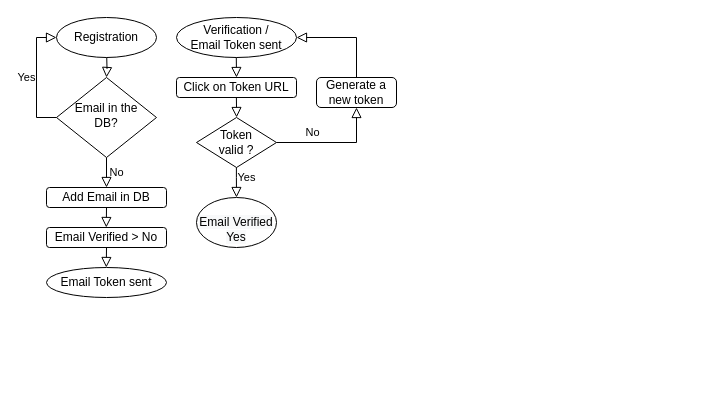
The draw.io diagram EmailUpdateAndVerification.drawio in cosmingherghe/diagrams, before the edit. Source tidied: cells renumbered, new cells numbered last; positions are measured from the earlier drawing's top-left corner, leaving out a move shared by most shapes. Both pictures are drawn from the tidied source at 100%, with x=0, y=0 at pixel (36, 17).
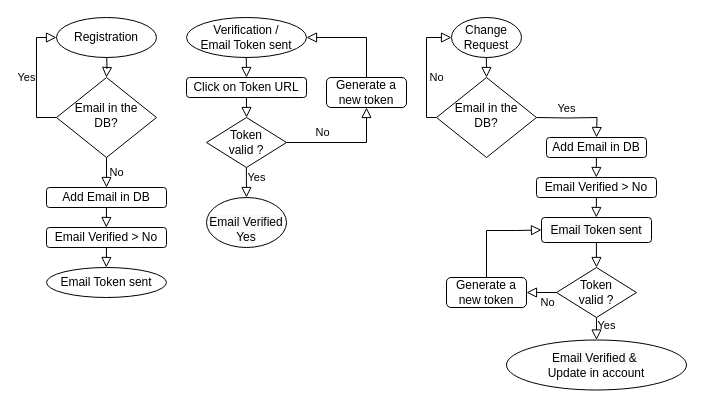
The same page after the edit.

The edit, as a diff of the source:
```diff
@@
     <mxCell id="12" value="Verification /&lt;br&gt;Email Token sent" style="ellipse;whiteSpace=wrap;html=1;" parent="1" vertex="1">
-      <mxGeometry x="140" width="120" height="40" as="geometry" />
+      <mxGeometry x="150" width="120" height="40" as="geometry" />
     </mxCell>
     <mxCell id="13" value="Click on Token URL" style="rounded=1;whiteSpace=wrap;html=1;" parent="1" vertex="1">
-      <mxGeometry x="140" y="60" width="120" height="20" as="geometry" />
+      <mxGeometry x="150" y="60" width="120" height="20" as="geometry" />
     </mxCell>
     <mxCell id="14" style="rounded=0;html=1;jettySize=auto;orthogonalLoop=1;fontSize=11;endArrow=block;endFill=0;endSize=8;strokeWidth=1;shadow=0;labelBackgroundColor=none;edgeStyle=orthogonalEdgeStyle;" parent="1" edge="1">
       <mxGeometry relative="1" as="geometry">
-        <mxPoint x="199.8" y="40" as="sourcePoint" />
-        <mxPoint x="200" y="60" as="targetPoint" />
+        <mxPoint x="209.8" y="40" as="sourcePoint" />
+        <mxPoint x="210" y="60" as="targetPoint" />
       </mxGeometry>
     </mxCell>
     <mxCell id="15" value="Token&lt;br&gt;valid ?" style="rhombus;whiteSpace=wrap;html=1;" parent="1" vertex="1">
-      <mxGeometry x="160" y="100" width="80" height="50" as="geometry" />
+      <mxGeometry x="170" y="100" width="80" height="50" as="geometry" />
     </mxCell>
     <mxCell id="16" style="rounded=0;html=1;jettySize=auto;orthogonalLoop=1;fontSize=11;endArrow=block;endFill=0;endSize=8;strokeWidth=1;shadow=0;labelBackgroundColor=none;edgeStyle=orthogonalEdgeStyle;" parent="1" edge="1">
       <mxGeometry relative="1" as="geometry">
-        <mxPoint x="199.9" y="80" as="sourcePoint" />
-        <mxPoint x="200.1" y="100" as="targetPoint" />
+        <mxPoint x="209.9" y="80" as="sourcePoint" />
+        <mxPoint x="210.1" y="100" as="targetPoint" />
       </mxGeometry>
     </mxCell>
     <mxCell id="17" value="No" style="rounded=0;html=1;jettySize=auto;fontSize=11;endArrow=block;endFill=0;endSize=8;strokeWidth=1;shadow=0;labelBackgroundColor=none;edgeStyle=orthogonalEdgeStyle;exitX=1;exitY=0.5;exitDx=0;exitDy=0;entryX=0.5;entryY=1;entryDx=0;entryDy=0;" parent="1" edge="1" source="15" target="18">
       <mxGeometry x="-0.38" y="10" relative="1" as="geometry">
         <Array as="points">
-          <mxPoint x="320" y="125" />
+          <mxPoint x="330" y="125" />
         </Array>
       </mxGeometry>
     </mxCell>
     <mxCell id="18" value="Generate a &lt;br&gt;new token" style="rounded=1;whiteSpace=wrap;html=1;" parent="1" vertex="1">
-      <mxGeometry x="280" y="60" width="80" height="30" as="geometry" />
+      <mxGeometry x="290" y="60" width="80" height="30" as="geometry" />
     </mxCell>
     <mxCell id="19" style="rounded=0;html=1;jettySize=auto;fontSize=11;endArrow=block;endFill=0;endSize=8;strokeWidth=1;shadow=0;labelBackgroundColor=none;edgeStyle=orthogonalEdgeStyle;exitX=0.5;exitY=0;exitDx=0;exitDy=0;entryX=1;entryY=0.5;entryDx=0;entryDy=0;" parent="1" edge="1" source="18" target="12">
       <mxGeometry relative="1" as="geometry">
         <Array as="points">
-          <mxPoint x="320" y="20" />
+          <mxPoint x="330" y="20" />
         </Array>
       </mxGeometry>
     </mxCell>
     <mxCell id="20" value="Yes" style="rounded=0;html=1;jettySize=auto;orthogonalLoop=1;fontSize=11;endArrow=block;endFill=0;endSize=8;strokeWidth=1;shadow=0;labelBackgroundColor=none;edgeStyle=orthogonalEdgeStyle;" parent="1" edge="1">
       <mxGeometry x="-0.33" y="10" relative="1" as="geometry">
-        <mxPoint x="199.9" y="150" as="sourcePoint" />
-        <mxPoint x="200" y="180" as="targetPoint" />
+        <mxPoint x="209.9" y="150" as="sourcePoint" />
+        <mxPoint x="210" y="180" as="targetPoint" />
         <Array as="points">
-          <mxPoint x="200" y="160" />
-          <mxPoint x="200" y="160" />
+          <mxPoint x="210" y="160" />
+          <mxPoint x="210" y="160" />
         </Array>
       </mxGeometry>
     </mxCell>
     <mxCell id="21" value="&lt;br&gt;&lt;span style=&quot;color: rgb(0, 0, 0); font-family: Helvetica; font-size: 12px; font-style: normal; font-variant-ligatures: normal; font-variant-caps: normal; font-weight: 400; letter-spacing: normal; orphans: 2; text-align: center; text-indent: 0px; text-transform: none; widows: 2; word-spacing: 0px; -webkit-text-stroke-width: 0px; background-color: rgb(248, 249, 250); text-decoration-thickness: initial; text-decoration-style: initial; text-decoration-color: initial; float: none; display: inline !important;&quot;&gt;Email Verified&lt;br&gt;Yes&lt;/span&gt;&lt;br&gt;" style="ellipse;whiteSpace=wrap;html=1;" parent="1" vertex="1">
-      <mxGeometry x="160" y="180" width="80" height="50" as="geometry" />
+      <mxGeometry x="170" y="180" width="80" height="50" as="geometry" />
     </mxCell>
+    <mxCell id="22" value="Change&lt;br&gt;Request" style="ellipse;whiteSpace=wrap;html=1;" parent="1" vertex="1">
+      <mxGeometry x="415" width="70" height="40" as="geometry" />
+    </mxCell>
+    <mxCell id="23" value="Email in the&lt;br&gt;DB?" style="rhombus;whiteSpace=wrap;html=1;shadow=0;fontFamily=Helvetica;fontSize=12;align=center;strokeWidth=1;spacing=6;spacingTop=-4;" parent="1" vertex="1">
+      <mxGeometry x="400" y="60" width="100" height="80" as="geometry" />
+    </mxCell>
+    <mxCell id="24" style="rounded=0;html=1;jettySize=auto;orthogonalLoop=1;fontSize=11;endArrow=block;endFill=0;endSize=8;strokeWidth=1;shadow=0;labelBackgroundColor=none;edgeStyle=orthogonalEdgeStyle;" parent="1" edge="1">
+      <mxGeometry relative="1" as="geometry">
+        <mxPoint x="449.9" y="40" as="sourcePoint" />
+        <mxPoint x="450" y="60" as="targetPoint" />
+      </mxGeometry>
+    </mxCell>
+    <mxCell id="25" style="rounded=0;html=1;jettySize=auto;orthogonalLoop=1;fontSize=11;endArrow=block;endFill=0;endSize=8;strokeWidth=1;shadow=0;labelBackgroundColor=none;edgeStyle=orthogonalEdgeStyle;" parent="1" edge="1">
+      <mxGeometry relative="1" as="geometry">
+        <mxPoint x="500" y="100" as="sourcePoint" />
+        <mxPoint x="560" y="120" as="targetPoint" />
+      </mxGeometry>
+    </mxCell>
+    <mxCell id="26" value="Yes" style="edgeLabel;html=1;align=center;verticalAlign=middle;" parent="25" vertex="1">
+      <mxGeometry x="-0.65" relative="1" as="geometry">
+        <mxPoint x="16" y="-10" as="offset" />
+      </mxGeometry>
+    </mxCell>
+    <mxCell id="27" value="No" style="edgeStyle=orthogonalEdgeStyle;rounded=0;html=1;jettySize=auto;fontSize=11;endArrow=block;endFill=0;endSize=8;strokeWidth=1;shadow=0;labelBackgroundColor=none;exitX=0;exitY=0.5;exitDx=0;exitDy=0;entryX=0;entryY=0.5;entryDx=0;entryDy=0;" parent="1" edge="1" target="22">
+      <mxGeometry x="-0.13" y="-10" relative="1" as="geometry">
+        <mxPoint x="400" y="100" as="sourcePoint" />
+        <Array as="points">
+          <mxPoint x="390" y="100" />
+          <mxPoint x="390" y="20" />
+        </Array>
+      </mxGeometry>
+    </mxCell>
+    <mxCell id="28" value="Add Email in DB&lt;br&gt;" style="rounded=1;whiteSpace=wrap;html=1;fontSize=12;glass=0;strokeWidth=1;shadow=0;" parent="1" vertex="1">
+      <mxGeometry x="510" y="120" width="100" height="20" as="geometry" />
+    </mxCell>
+    <mxCell id="29" value="Email Verified &amp;gt; No" style="rounded=1;whiteSpace=wrap;html=1;" parent="1" vertex="1">
+      <mxGeometry x="500" y="160" width="120" height="20" as="geometry" />
+    </mxCell>
+    <mxCell id="30" style="rounded=0;html=1;jettySize=auto;orthogonalLoop=1;fontSize=11;endArrow=block;endFill=0;endSize=8;strokeWidth=1;shadow=0;labelBackgroundColor=none;edgeStyle=orthogonalEdgeStyle;entryX=0.5;entryY=0;entryDx=0;entryDy=0;" parent="1" edge="1">
+      <mxGeometry y="10" relative="1" as="geometry">
+        <mxPoint x="559.9" y="140" as="sourcePoint" />
+        <mxPoint x="559.8" y="160" as="targetPoint" />
+      </mxGeometry>
+    </mxCell>
+    <mxCell id="31" value="&lt;span style=&quot;color: rgb(0, 0, 0); font-family: Helvetica; font-size: 12px; font-style: normal; font-variant-ligatures: normal; font-variant-caps: normal; font-weight: 400; letter-spacing: normal; orphans: 2; text-align: center; text-indent: 0px; text-transform: none; widows: 2; word-spacing: 0px; -webkit-text-stroke-width: 0px; background-color: rgb(248, 249, 250); text-decoration-thickness: initial; text-decoration-style: initial; text-decoration-color: initial; float: none; display: inline !important;&quot;&gt;Email Token sent&lt;/span&gt;" style="rounded=1;whiteSpace=wrap;html=1;arcSize=13;" parent="1" vertex="1">
+      <mxGeometry x="505" y="200" width="110" height="25" as="geometry" />
+    </mxCell>
+    <mxCell id="32" style="edgeStyle=orthogonalEdgeStyle;rounded=0;orthogonalLoop=1;jettySize=auto;html=1;exitX=0.5;exitY=1;exitDx=0;exitDy=0;" parent="1" edge="1" source="31" target="31">
+      <mxGeometry relative="1" as="geometry" />
+    </mxCell>
+    <mxCell id="33" style="rounded=0;html=1;jettySize=auto;orthogonalLoop=1;fontSize=11;endArrow=block;endFill=0;endSize=8;strokeWidth=1;shadow=0;labelBackgroundColor=none;edgeStyle=orthogonalEdgeStyle;entryX=0.5;entryY=0;entryDx=0;entryDy=0;" parent="1" edge="1">
+      <mxGeometry y="10" relative="1" as="geometry">
+        <mxPoint x="559.9" y="180" as="sourcePoint" />
+        <mxPoint x="559.8" y="200" as="targetPoint" />
+      </mxGeometry>
+    </mxCell>
+    <mxCell id="34" value="Token&lt;br&gt;valid ?" style="rhombus;whiteSpace=wrap;html=1;" parent="1" vertex="1">
+      <mxGeometry x="520" y="250" width="80" height="50" as="geometry" />
+    </mxCell>
+    <mxCell id="35" value="Yes" style="rounded=0;html=1;jettySize=auto;fontSize=11;endArrow=block;endFill=0;endSize=8;strokeWidth=1;shadow=0;labelBackgroundColor=none;edgeStyle=orthogonalEdgeStyle;entryX=0.5;entryY=0;entryDx=0;entryDy=0;" parent="1" edge="1" target="36">
+      <mxGeometry x="-0.33" y="10" relative="1" as="geometry">
+        <mxPoint x="560" y="300" as="sourcePoint" />
+        <Array as="points">
+          <mxPoint x="560" y="300.5" />
+        </Array>
+      </mxGeometry>
+    </mxCell>
+    <mxCell id="36" value="&lt;span style=&quot;color: rgb(0, 0, 0); font-family: Helvetica; font-size: 12px; font-style: normal; font-variant-ligatures: normal; font-variant-caps: normal; font-weight: 400; letter-spacing: normal; orphans: 2; text-align: center; text-indent: 0px; text-transform: none; widows: 2; word-spacing: 0px; -webkit-text-stroke-width: 0px; background-color: rgb(248, 249, 250); text-decoration-thickness: initial; text-decoration-style: initial; text-decoration-color: initial; float: none; display: inline !important;&quot;&gt;Email Verified &amp;amp;&amp;nbsp;&lt;br&gt;&lt;/span&gt;Update in account" style="ellipse;whiteSpace=wrap;html=1;" parent="1" vertex="1">
+      <mxGeometry x="470" y="322.5" width="180" height="50" as="geometry" />
+    </mxCell>
+    <mxCell id="37" value="Generate a &lt;br&gt;new token" style="rounded=1;whiteSpace=wrap;html=1;" parent="1" vertex="1">
+      <mxGeometry x="410" y="260" width="80" height="30" as="geometry" />
+    </mxCell>
+    <mxCell id="38" style="rounded=0;html=1;jettySize=auto;fontSize=11;endArrow=block;endFill=0;endSize=8;strokeWidth=1;shadow=0;labelBackgroundColor=none;edgeStyle=orthogonalEdgeStyle;entryX=0.5;entryY=0;entryDx=0;entryDy=0;" parent="1" edge="1" target="34">
+      <mxGeometry y="10" relative="1" as="geometry">
+        <mxPoint x="559.9" y="225" as="sourcePoint" />
+      </mxGeometry>
+    </mxCell>
+    <mxCell id="39" value="No" style="rounded=0;html=1;jettySize=auto;fontSize=11;endArrow=block;endFill=0;endSize=8;strokeWidth=1;shadow=0;labelBackgroundColor=none;edgeStyle=orthogonalEdgeStyle;exitX=0;exitY=0.5;exitDx=0;exitDy=0;" parent="1" edge="1" source="34">
+      <mxGeometry x="-0.38" y="10" relative="1" as="geometry">
+        <mxPoint x="490" y="275" as="targetPoint" />
+        <Array as="points">
+          <mxPoint x="500" y="275" />
+        </Array>
+      </mxGeometry>
+    </mxCell>
+    <mxCell id="40" style="rounded=0;html=1;jettySize=auto;fontSize=11;endArrow=block;endFill=0;endSize=8;strokeWidth=1;shadow=0;labelBackgroundColor=none;edgeStyle=orthogonalEdgeStyle;exitX=0.5;exitY=0;exitDx=0;exitDy=0;entryX=0;entryY=0.5;entryDx=0;entryDy=0;" parent="1" edge="1" target="31">
+      <mxGeometry relative="1" as="geometry">
+        <mxPoint x="450" y="260" as="sourcePoint" />
+        <Array as="points">
+          <mxPoint x="450" y="213" />
+          <mxPoint x="480" y="213" />
+        </Array>
+      </mxGeometry>
+    </mxCell>
```
